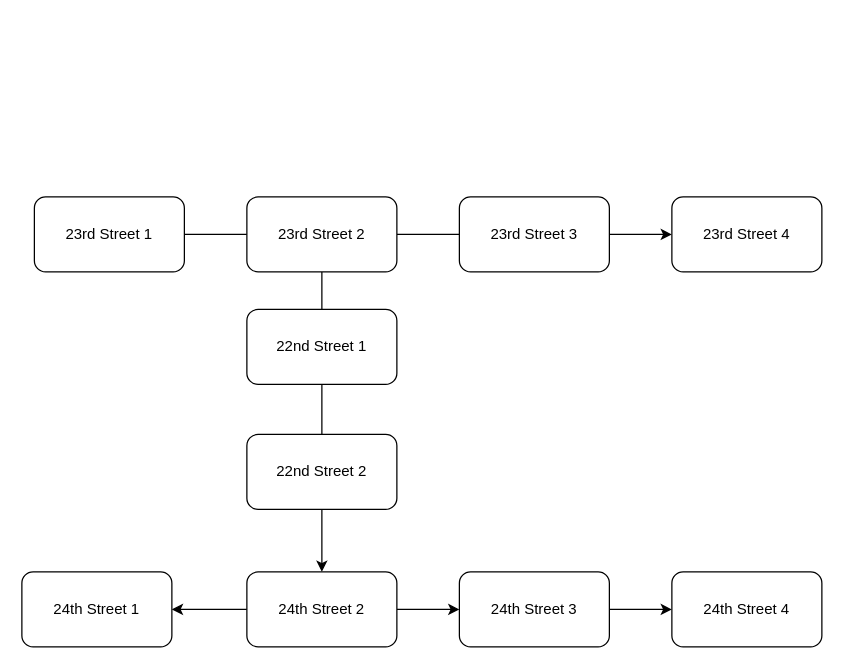
This is Slumerbs.drawio from michaelm142/Stick-Figure-Game, a draw.io file, before an edit. Source tidied: cells renumbered, new cells numbered last; positions are measured from the earlier drawing's top-left corner, leaving out a move shared by most shapes. Both pictures are drawn from the tidied source at 125%, with x=0, y=0 at pixel (21, 196).
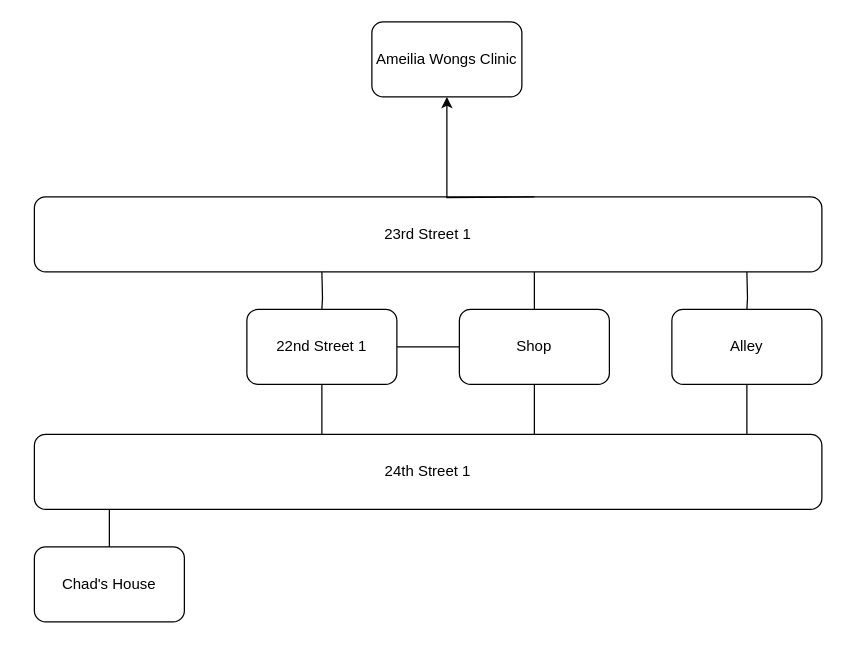
Above is the later version.

Commit message (it also covers changes not shown here):
Location blocking for 22nd and 23rd, Ameilias Clinic, 23rd Street 1, 23rd Street 2, 22nd Street 1

The change refers to these unchanged cells:
```xml
<mxCell id="11" value="22nd Street 1" style="rounded=1;whiteSpace=wrap;html=1;" parent="1" vertex="1">
  <mxGeometry x="180" y="90" width="120" height="60" as="geometry" />
</mxCell>
```

What changed in the source:
```diff
@@
-    <mxCell id="2" style="edgeStyle=orthogonalEdgeStyle;rounded=0;jettySize=auto;html=1;endArrow=none;endFill=0;" parent="1" edge="1" source="3" target="6">
-      <mxGeometry relative="1" as="geometry" />
-    </mxCell>
     <mxCell id="3" value="23rd Street 1" style="rounded=1;whiteSpace=wrap;html=1;" parent="1" vertex="1">
-      <mxGeometry x="10" width="120" height="60" as="geometry" />
+      <mxGeometry x="10" width="630" height="60" as="geometry" />
     </mxCell>
-    <mxCell id="4" style="edgeStyle=orthogonalEdgeStyle;rounded=0;jettySize=auto;html=1;endArrow=none;endFill=0;" parent="1" edge="1" source="6" target="8">
-      <mxGeometry relative="1" as="geometry" />
-    </mxCell>
-    <mxCell id="5" style="edgeStyle=orthogonalEdgeStyle;rounded=0;jettySize=auto;html=1;endArrow=none;endFill=0;" parent="1" edge="1" source="6" target="11">
-      <mxGeometry relative="1" as="geometry" />
+    <mxCell id="5" style="edgeStyle=orthogonalEdgeStyle;rounded=0;jettySize=auto;html=1;endArrow=none;endFill=0;" parent="1" edge="1" target="11">
+      <mxGeometry relative="1" as="geometry">
+        <mxPoint x="240" y="60" as="sourcePoint" />
+      </mxGeometry>
     </mxCell>
-    <mxCell id="6" value="23rd Street 2" style="rounded=1;whiteSpace=wrap;html=1;" parent="1" vertex="1">
-      <mxGeometry x="180" width="120" height="60" as="geometry" />
-    </mxCell>
-    <mxCell id="7" style="edgeStyle=orthogonalEdgeStyle;rounded=0;jettySize=auto;html=1;" parent="1" edge="1" source="8" target="9">
-      <mxGeometry relative="1" as="geometry" />
-    </mxCell>
-    <mxCell id="8" value="23rd Street 3" style="rounded=1;whiteSpace=wrap;html=1;" parent="1" vertex="1">
-      <mxGeometry x="350" width="120" height="60" as="geometry" />
-    </mxCell>
-    <mxCell id="9" value="23rd Street 4" style="rounded=1;whiteSpace=wrap;html=1;" parent="1" vertex="1">
-      <mxGeometry x="520" width="120" height="60" as="geometry" />
-    </mxCell>
+    <mxCell id="21" style="edgeStyle=orthogonalEdgeStyle;rounded=0;jettySize=auto;html=1;" parent="1" edge="1" target="27">
+      <mxGeometry relative="1" as="geometry">
+        <mxPoint x="410" as="sourcePoint" />
+      </mxGeometry>
+    </mxCell>
+    <mxCell id="22" style="edgeStyle=orthogonalEdgeStyle;rounded=0;jettySize=auto;html=1;endArrow=none;endFill=0;" parent="1" edge="1" target="26">
+      <mxGeometry relative="1" as="geometry">
+        <mxPoint x="580" y="60" as="sourcePoint" />
+      </mxGeometry>
+    </mxCell>
-    <mxCell id="10" style="edgeStyle=orthogonalEdgeStyle;rounded=0;jettySize=auto;html=1;endArrow=none;endFill=0;" parent="1" edge="1" source="11" target="13">
-      <mxGeometry relative="1" as="geometry" />
+    <mxCell id="10" style="edgeStyle=orthogonalEdgeStyle;rounded=0;jettySize=auto;html=1;endArrow=none;endFill=0;" parent="1" edge="1" source="11">
+      <mxGeometry relative="1" as="geometry">
+        <mxPoint x="240" y="190" as="targetPoint" />
+      </mxGeometry>
     </mxCell>
+    <mxCell id="23" style="edgeStyle=orthogonalEdgeStyle;rounded=0;jettySize=auto;html=1;endArrow=none;endFill=0;" parent="1" edge="1" source="11" target="31">
+      <mxGeometry relative="1" as="geometry" />
+    </mxCell>
@@
-    <mxCell id="12" style="edgeStyle=orthogonalEdgeStyle;rounded=0;jettySize=auto;html=1;" parent="1" edge="1" source="13" target="16">
-      <mxGeometry relative="1" as="geometry" />
-    </mxCell>
-    <mxCell id="13" value="22nd Street 2" style="rounded=1;whiteSpace=wrap;html=1;" parent="1" vertex="1">
-      <mxGeometry x="180" y="190" width="120" height="60" as="geometry" />
-    </mxCell>
-    <mxCell id="14" style="edgeStyle=orthogonalEdgeStyle;rounded=0;jettySize=auto;html=1;" parent="1" edge="1" source="16" target="17">
-      <mxGeometry relative="1" as="geometry" />
-    </mxCell>
-    <mxCell id="15" style="edgeStyle=orthogonalEdgeStyle;rounded=0;jettySize=auto;html=1;" parent="1" edge="1" source="16" target="19">
-      <mxGeometry relative="1" as="geometry" />
-    </mxCell>
-    <mxCell id="16" value="24th Street 2" style="rounded=1;whiteSpace=wrap;html=1;" parent="1" vertex="1">
-      <mxGeometry x="180" y="300" width="120" height="60" as="geometry" />
-    </mxCell>
+    <mxCell id="24" style="edgeStyle=orthogonalEdgeStyle;rounded=0;jettySize=auto;html=1;endArrow=none;endFill=0;" parent="1" edge="1" source="17" target="28">
+      <mxGeometry relative="1" as="geometry">
+        <Array as="points">
+          <mxPoint x="70" y="260" />
+          <mxPoint x="70" y="260" />
+        </Array>
+      </mxGeometry>
+    </mxCell>
     <mxCell id="17" value="24th Street 1" style="rounded=1;whiteSpace=wrap;html=1;" parent="1" vertex="1">
-      <mxGeometry y="300" width="120" height="60" as="geometry" />
+      <mxGeometry x="10" y="190" width="630" height="60" as="geometry" />
     </mxCell>
-    <mxCell id="18" style="edgeStyle=orthogonalEdgeStyle;rounded=0;jettySize=auto;html=1;" parent="1" edge="1" source="19" target="20">
-      <mxGeometry relative="1" as="geometry" />
-    </mxCell>
-    <mxCell id="19" value="24th Street 3" style="rounded=1;whiteSpace=wrap;html=1;" parent="1" vertex="1">
-      <mxGeometry x="350" y="300" width="120" height="60" as="geometry" />
-    </mxCell>
-    <mxCell id="20" value="24th Street 4" style="rounded=1;whiteSpace=wrap;html=1;" parent="1" vertex="1">
-      <mxGeometry x="520" y="300" width="120" height="60" as="geometry" />
-    </mxCell>
+    <mxCell id="25" style="edgeStyle=orthogonalEdgeStyle;rounded=0;jettySize=auto;html=1;endArrow=none;endFill=0;" parent="1" edge="1" source="26">
+      <mxGeometry relative="1" as="geometry">
+        <mxPoint x="580" y="190" as="targetPoint" />
+      </mxGeometry>
+    </mxCell>
+    <mxCell id="26" value="Alley" style="whiteSpace=wrap;html=1;rounded=1;" parent="1" vertex="1">
+      <mxGeometry x="520" y="90" width="120" height="60" as="geometry" />
+    </mxCell>
+    <mxCell id="27" value="Ameilia Wongs Clinic" style="whiteSpace=wrap;html=1;rounded=1;" parent="1" vertex="1">
+      <mxGeometry x="280" y="-140" width="120" height="60" as="geometry" />
+    </mxCell>
+    <mxCell id="28" value="Chad's House" style="whiteSpace=wrap;html=1;rounded=1;" parent="1" vertex="1">
+      <mxGeometry x="10" y="280" width="120" height="60" as="geometry" />
+    </mxCell>
+    <mxCell id="29" style="edgeStyle=orthogonalEdgeStyle;rounded=0;jettySize=auto;html=1;endArrow=none;endFill=0;" parent="1" edge="1" source="31">
+      <mxGeometry relative="1" as="geometry">
+        <mxPoint x="410" y="60" as="targetPoint" />
+      </mxGeometry>
+    </mxCell>
+    <mxCell id="30" style="edgeStyle=orthogonalEdgeStyle;rounded=0;jettySize=auto;html=1;endArrow=none;endFill=0;" parent="1" edge="1" source="31">
+      <mxGeometry relative="1" as="geometry">
+        <mxPoint x="410" y="190" as="targetPoint" />
+      </mxGeometry>
+    </mxCell>
+    <mxCell id="31" value="Shop" style="whiteSpace=wrap;html=1;rounded=1;" parent="1" vertex="1">
+      <mxGeometry x="350" y="90" width="120" height="60" as="geometry" />
+    </mxCell>
```
